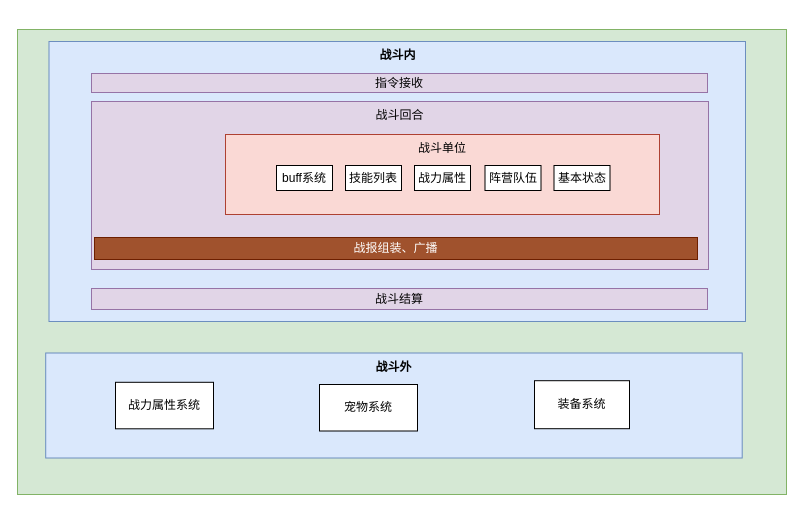
saberwtq/pictureDB keeps this draw.io diagram as 战斗系统.drawio. Above is the earlier version. Source tidied: cells renumbered, new cells numbered last; positions are measured from the earlier drawing's top-left corner, leaving out a move shared by most shapes. Both pictures are drawn from the tidied source at 100%, with x=0, y=0 at pixel (17, 29).
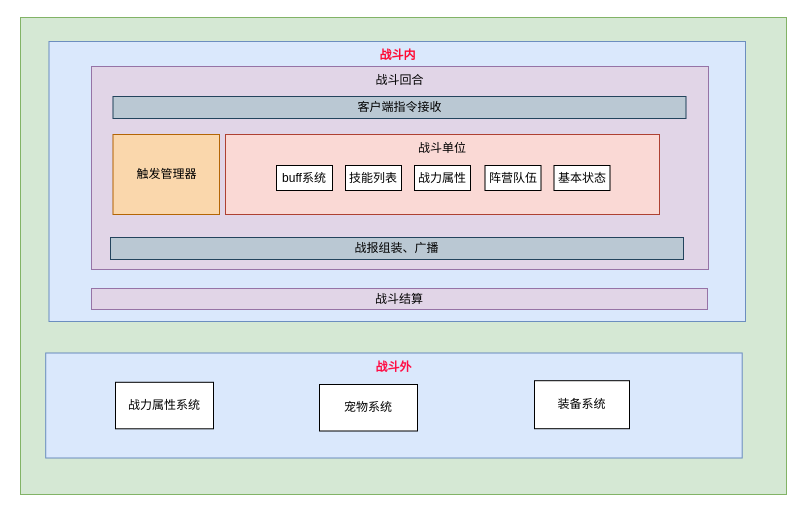
Above is the later version.

Commit message:
更新战斗系统.drawio

Change to the diagram source:
```diff
@@
 <mxGraphModel>
   <root>
     <mxCell id="0" />
     <mxCell id="1" parent="0" />
     <mxCell id="2" style="rounded=0;whiteSpace=wrap;html=1;fillColor=#d5e8d4;strokeColor=#82b366;" parent="1" vertex="1">
-      <mxGeometry width="769" height="465" as="geometry" />
+      <mxGeometry x="3" y="-12" width="766" height="477" as="geometry" />
     </mxCell>
-    <mxCell id="3" value="战斗内" style="rounded=0;whiteSpace=wrap;html=1;fillColor=#dae8fc;strokeColor=#6c8ebf;verticalAlign=top;fontStyle=1;" parent="1" vertex="1">
+    <mxCell id="3" value="&lt;font color=&quot;#ff0a33&quot;&gt;战斗内&lt;/font&gt;" style="rounded=0;whiteSpace=wrap;html=1;fillColor=#dae8fc;strokeColor=#6c8ebf;verticalAlign=top;fontStyle=1;" parent="1" vertex="1">
       <mxGeometry x="31.5" y="12" width="696.5" height="280" as="geometry" />
     </mxCell>
     <mxCell id="4" value="战斗回合" style="rounded=0;whiteSpace=wrap;html=1;fillColor=#e1d5e7;strokeColor=#9673a6;verticalAlign=top;" parent="1" vertex="1">
-      <mxGeometry x="74" y="72" width="617" height="168" as="geometry" />
+      <mxGeometry x="74" y="37" width="617" height="203" as="geometry" />
     </mxCell>
-    <mxCell id="5" value="&lt;b&gt;战斗外&lt;/b&gt;" style="rounded=0;whiteSpace=wrap;html=1;fillColor=#dae8fc;strokeColor=#6c8ebf;verticalAlign=top;" parent="1" vertex="1">
+    <mxCell id="5" value="&lt;b&gt;&lt;font color=&quot;#ff0d45&quot;&gt;战斗外&lt;/font&gt;&lt;/b&gt;" style="rounded=0;whiteSpace=wrap;html=1;fillColor=#dae8fc;strokeColor=#6c8ebf;verticalAlign=top;" parent="1" vertex="1">
       <mxGeometry x="28.2" y="323.5" width="696.5" height="105" as="geometry" />
     </mxCell>
     <mxCell id="6" value="战力属性系统" style="rounded=0;whiteSpace=wrap;html=1;" parent="1" vertex="1">
       <mxGeometry x="98" y="352.8" width="98" height="46.5" as="geometry" />
     </mxCell>
     <mxCell id="7" value="宠物系统" style="rounded=0;whiteSpace=wrap;html=1;" parent="1" vertex="1">
       <mxGeometry x="302" y="355" width="98" height="46.5" as="geometry" />
     </mxCell>
     <mxCell id="8" value="装备系统" style="rounded=0;whiteSpace=wrap;html=1;" parent="1" vertex="1">
       <mxGeometry x="517" y="351.2" width="95" height="48" as="geometry" />
     </mxCell>
-    <mxCell id="9" value="战报组装、广播" style="rounded=0;whiteSpace=wrap;html=1;fillColor=#a0522d;strokeColor=#6D1F00;fontColor=#ffffff;" parent="1" vertex="1">
-      <mxGeometry x="77" y="208" width="603" height="22" as="geometry" />
+    <mxCell id="9" value="战报组装、广播" style="rounded=0;whiteSpace=wrap;html=1;fillColor=#bac8d3;strokeColor=#23445d;" parent="1" vertex="1">
+      <mxGeometry x="93" y="208" width="573" height="22" as="geometry" />
     </mxCell>
-    <mxCell id="10" value="指令接收" style="rounded=0;whiteSpace=wrap;html=1;fillColor=#e1d5e7;strokeColor=#9673a6;" parent="1" vertex="1">
-      <mxGeometry x="74" y="44" width="616" height="19" as="geometry" />
-    </mxCell>
     <mxCell id="11" value="战斗结算" style="rounded=0;whiteSpace=wrap;html=1;fillColor=#e1d5e7;strokeColor=#9673a6;" parent="1" vertex="1">
       <mxGeometry x="74" y="259" width="616" height="21" as="geometry" />
     </mxCell>
     <mxCell id="12" value="战斗单位" style="rounded=0;whiteSpace=wrap;html=1;verticalAlign=top;align=center;fillColor=#fad9d5;strokeColor=#ae4132;" parent="1" vertex="1">
       <mxGeometry x="208" y="105" width="434" height="80" as="geometry" />
     </mxCell>
     <mxCell id="13" value="buff系统" style="rounded=0;whiteSpace=wrap;html=1;fontColor=#000000;" parent="1" vertex="1">
       <mxGeometry x="259" y="136" width="56" height="25" as="geometry" />
     </mxCell>
     <mxCell id="14" value="技能列表" style="rounded=0;whiteSpace=wrap;html=1;fontColor=#000000;" parent="1" vertex="1">
       <mxGeometry x="328" y="136" width="56" height="25" as="geometry" />
     </mxCell>
     <mxCell id="15" value="战力属性" style="rounded=0;whiteSpace=wrap;html=1;fontColor=#000000;" parent="1" vertex="1">
       <mxGeometry x="397" y="136" width="56" height="25" as="geometry" />
     </mxCell>
     <mxCell id="16" value="阵营队伍" style="rounded=0;whiteSpace=wrap;html=1;fontColor=#000000;" parent="1" vertex="1">
       <mxGeometry x="467.5" y="136" width="56" height="25" as="geometry" />
     </mxCell>
     <mxCell id="17" value="基本状态" style="rounded=0;whiteSpace=wrap;html=1;fontColor=#000000;" parent="1" vertex="1">
       <mxGeometry x="536.5" y="136" width="56" height="25" as="geometry" />
     </mxCell>
+    <mxCell id="18" value="客户端指令接收" style="rounded=0;whiteSpace=wrap;html=1;fillColor=#bac8d3;strokeColor=#23445d;" parent="1" vertex="1">
+      <mxGeometry x="95.5" y="67" width="573" height="22" as="geometry" />
+    </mxCell>
+    <mxCell id="19" value="触发管理器" style="rounded=0;whiteSpace=wrap;html=1;fillColor=#fad7ac;strokeColor=#b46504;" parent="1" vertex="1">
+      <mxGeometry x="95.5" y="105" width="106.5" height="80" as="geometry" />
+    </mxCell>
   </root>
 </mxGraphModel>
```
